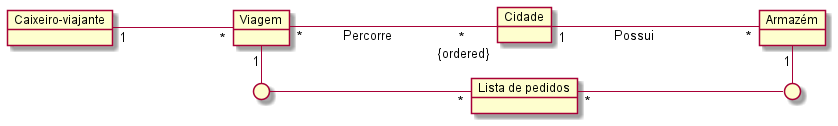
Before: Imagens/modelos-02/mod02ima09/mod02ima09.png, a diagram exported from PlantUML (kyriosdata/oo).
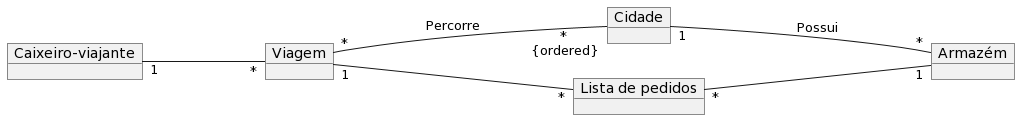
The same file after the commit.

Diff of the diagram source:
```diff
@@ -1,18 +1,14 @@
-@startuml mod02ima09
-skinparam linetype ortho
+@startuml
 object "Caixeiro-viajante" as ca
 object "Viagem" as vi
 object "Cidade" as ci
 object "Armazém" as ar
 object "Lista de pedidos" as li
-circle " " as p1
-circle " " as p2
+
 left to right direction
 ca"1" --- "*"vi
 vi"*" ---- " * \n {ordered}"ci : Percorre
 ci"1" ---- "*"ar : Possui
-vi"1" --right-- p1
-p1 ---- "*"li
-li"*" ---- p2
-p2 --left-- "1"ar
+vi"1" ----"*" li
+li"*" ---- "1"ar
 @enduml
```
